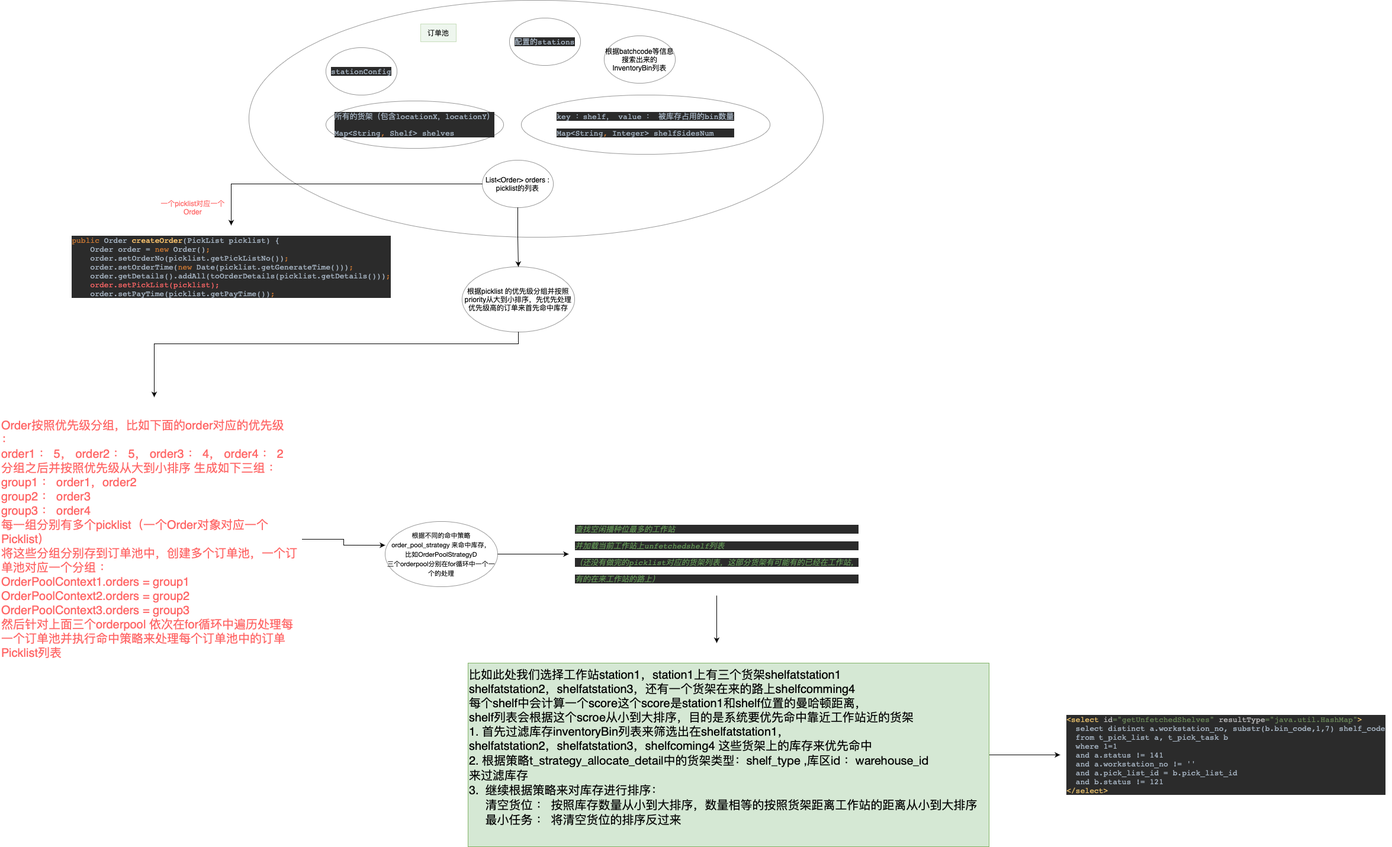
The draw.io diagram 订单池-命中库存.drawio.png in cong666/flow-chart, before a commit. Source tidied: cells renumbered, new cells last; positions are measured from the earlier drawing's top-left corner, leaving out a move shared by most shapes.
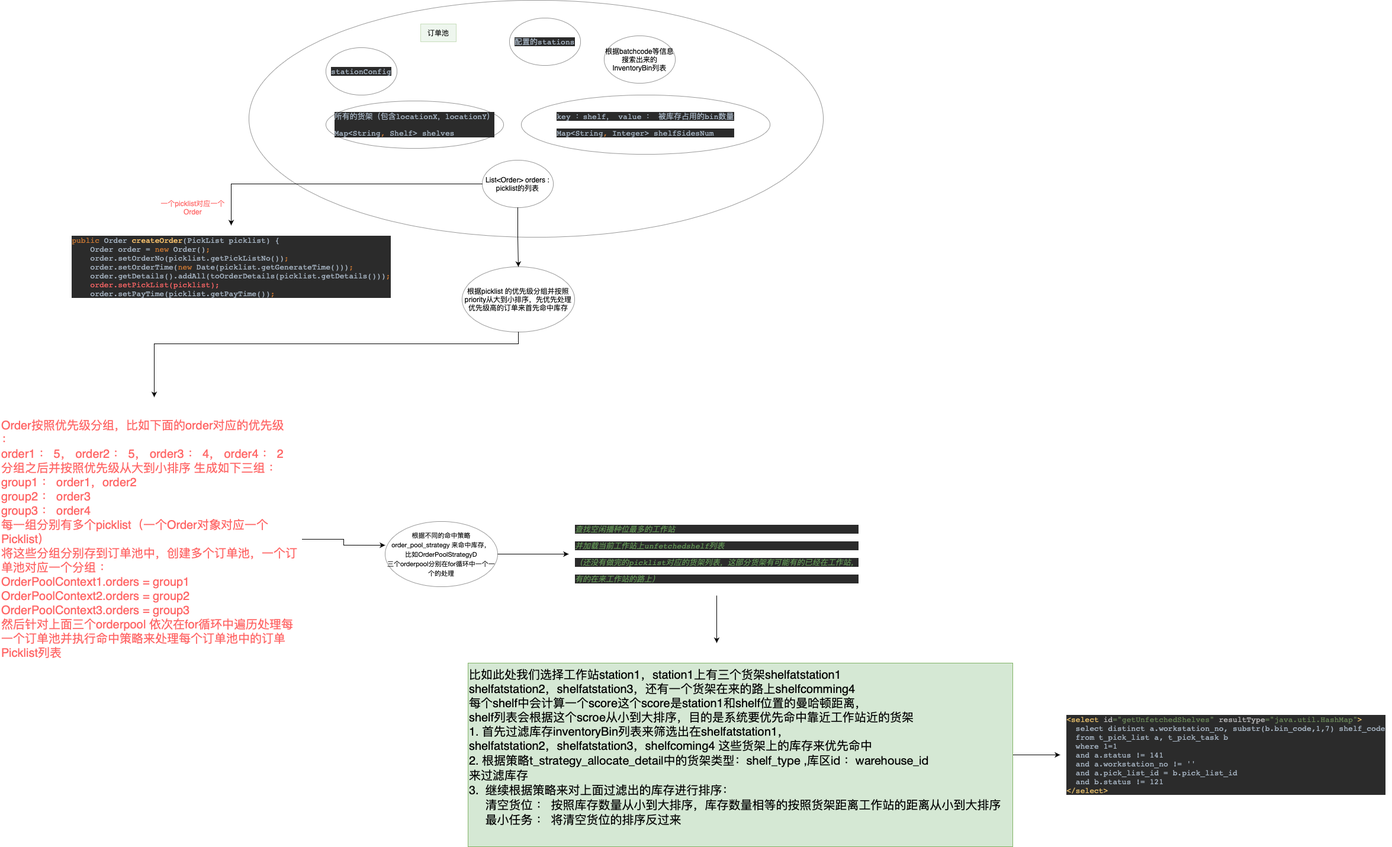
After the commit.

Commit message:
更新订单池-命中库存.drawio.png

Diff of the diagram source:
```diff
@@ -75,8 +75,8 @@
     <mxCell id="22" style="edgeStyle=orthogonalEdgeStyle;rounded=0;jettySize=auto;html=1;fontSize=20;fontColor=#FF6666;" parent="1" edge="1" source="23" target="24">
       <mxGeometry relative="1" as="geometry" />
     </mxCell>
-    <mxCell id="23" value="比如此处我们选择工作站station1，station1上有三个货架shelfatstation1&lt;br&gt;&lt;div style=&quot;&quot;&gt;shelfatstation2，shelfatstation3，还有一个货架在来的路上shelfcomming4&lt;/div&gt;&lt;div style=&quot;&quot;&gt;每个shelf中会计算一个score这个score是station1和shelf位置的曼哈顿距离，&lt;/div&gt;&lt;div style=&quot;&quot;&gt;shelf列表会根据这个scroe从小到大排序，目的是系统要优先命中靠近工作站近的货架&lt;/div&gt;&lt;div style=&quot;&quot;&gt;1. 首先过滤库存inventoryBin列表来筛选出在shelfatstation1，&lt;/div&gt;shelfatstation2，shelfatstation3，shelfcoming4 这些货架上的库存来优先命中&amp;nbsp;&lt;br&gt;&lt;font style=&quot;font-size: 20px;&quot;&gt;2. 根据策略&lt;span style=&quot;font-family: &amp;quot;Helvetica Neue&amp;quot;;&quot;&gt;&lt;font style=&quot;font-size: 20px;&quot;&gt;t_strategy_allocate_detail中的货架类型：shelf_type ,库区id ：warehouse_id&lt;br&gt;来过滤库存&lt;br&gt;3. &amp;nbsp;继续根据策略来对库存进行排序：&lt;br&gt;&amp;nbsp; &amp;nbsp; &amp;nbsp;清空货位 ： 按照库存数量从小到大排序，数量相等的按照货架距离工作站的距离从小到大排序&lt;br&gt;&amp;nbsp; &amp;nbsp; &amp;nbsp;最小任务 ： 将清空货位的排序反过来&lt;br&gt;&lt;br&gt;&lt;/font&gt;&lt;/span&gt;&lt;/font&gt;" style="text;html=1;align=left;verticalAlign=middle;points=[];strokeColor=#82b366;fillColor=#d5e8d4;fontSize=20;" parent="1" vertex="1">
-      <mxGeometry x="790" y="1119" width="880" height="310" as="geometry" />
+    <mxCell id="23" value="比如此处我们选择工作站station1，station1上有三个货架shelfatstation1&lt;br&gt;&lt;div style=&quot;&quot;&gt;shelfatstation2，shelfatstation3，还有一个货架在来的路上shelfcomming4&lt;/div&gt;&lt;div style=&quot;&quot;&gt;每个shelf中会计算一个score这个score是station1和shelf位置的曼哈顿距离，&lt;/div&gt;&lt;div style=&quot;&quot;&gt;shelf列表会根据这个scroe从小到大排序，目的是系统要优先命中靠近工作站近的货架&lt;/div&gt;&lt;div style=&quot;&quot;&gt;1. 首先过滤库存inventoryBin列表来筛选出在shelfatstation1，&lt;/div&gt;shelfatstation2，shelfatstation3，shelfcoming4 这些货架上的库存来优先命中&amp;nbsp;&lt;br&gt;&lt;font style=&quot;font-size: 20px;&quot;&gt;2. 根据策略&lt;span style=&quot;font-family: &amp;quot;Helvetica Neue&amp;quot;;&quot;&gt;&lt;font style=&quot;font-size: 20px;&quot;&gt;t_strategy_allocate_detail中的货架类型：shelf_type ,库区id ：warehouse_id&lt;br&gt;来过滤库存&lt;br&gt;3. &amp;nbsp;继续根据策略来对上面过滤出的库存进行排序：&lt;br&gt;&amp;nbsp; &amp;nbsp; &amp;nbsp;清空货位 ： 按照库存数量从小到大排序，库存数量相等的按照货架距离工作站的距离从小到大排序&lt;br&gt;&amp;nbsp; &amp;nbsp; &amp;nbsp;最小任务 ： 将清空货位的排序反过来&lt;br&gt;&lt;br&gt;&lt;/font&gt;&lt;/span&gt;&lt;/font&gt;" style="text;html=1;align=left;verticalAlign=middle;points=[];strokeColor=#82b366;fillColor=#d5e8d4;fontSize=20;" parent="1" vertex="1">
+      <mxGeometry x="790" y="1119" width="920" height="310" as="geometry" />
     </mxCell>
     <mxCell id="24" value="&lt;pre style=&quot;text-align: start; background-color: rgb(43, 43, 43); color: rgb(169, 183, 198); font-family: &amp;quot;JetBrains Mono&amp;quot;, monospace; font-size: 9.8pt;&quot;&gt;&lt;span style=&quot;color: rgb(232, 191, 106);&quot;&gt;&amp;lt;select &lt;/span&gt;&lt;span style=&quot;color: rgb(186, 186, 186);&quot;&gt;id&lt;/span&gt;&lt;span style=&quot;color: rgb(106, 135, 89);&quot;&gt;=&quot;getUnfetchedShelves&quot; &lt;/span&gt;&lt;span style=&quot;color: rgb(186, 186, 186);&quot;&gt;resultType&lt;/span&gt;&lt;span style=&quot;color: rgb(106, 135, 89);&quot;&gt;=&quot;java.util.HashMap&quot;&lt;/span&gt;&lt;span style=&quot;color: rgb(232, 191, 106);&quot;&gt;&amp;gt;&lt;br&gt;&lt;/span&gt;&lt;span style=&quot;color: rgb(232, 191, 106);&quot;&gt;  &lt;/span&gt;select distinct a.workstation_no, substr(b.bin_code,1,7) shelf_code&lt;br&gt;  from t_pick_list a, t_pick_task b&lt;br&gt;  where 1=1&lt;br&gt;  and a.status != 141&lt;br&gt;  and a.workstation_no != ''&lt;br&gt;  and a.pick_list_id = b.pick_list_id&lt;br&gt;  and b.status != 121&lt;br&gt;&lt;span style=&quot;color: rgb(232, 191, 106);&quot;&gt;&amp;lt;/select&amp;gt;&lt;/span&gt;&lt;/pre&gt;" style="text;html=1;align=center;verticalAlign=middle;points=[];strokeColor=none;fillColor=none;fontSize=20;fontColor=#FF6666;" parent="1" vertex="1">
       <mxGeometry x="1790" y="1189" width="560" height="170" as="geometry" />
```
